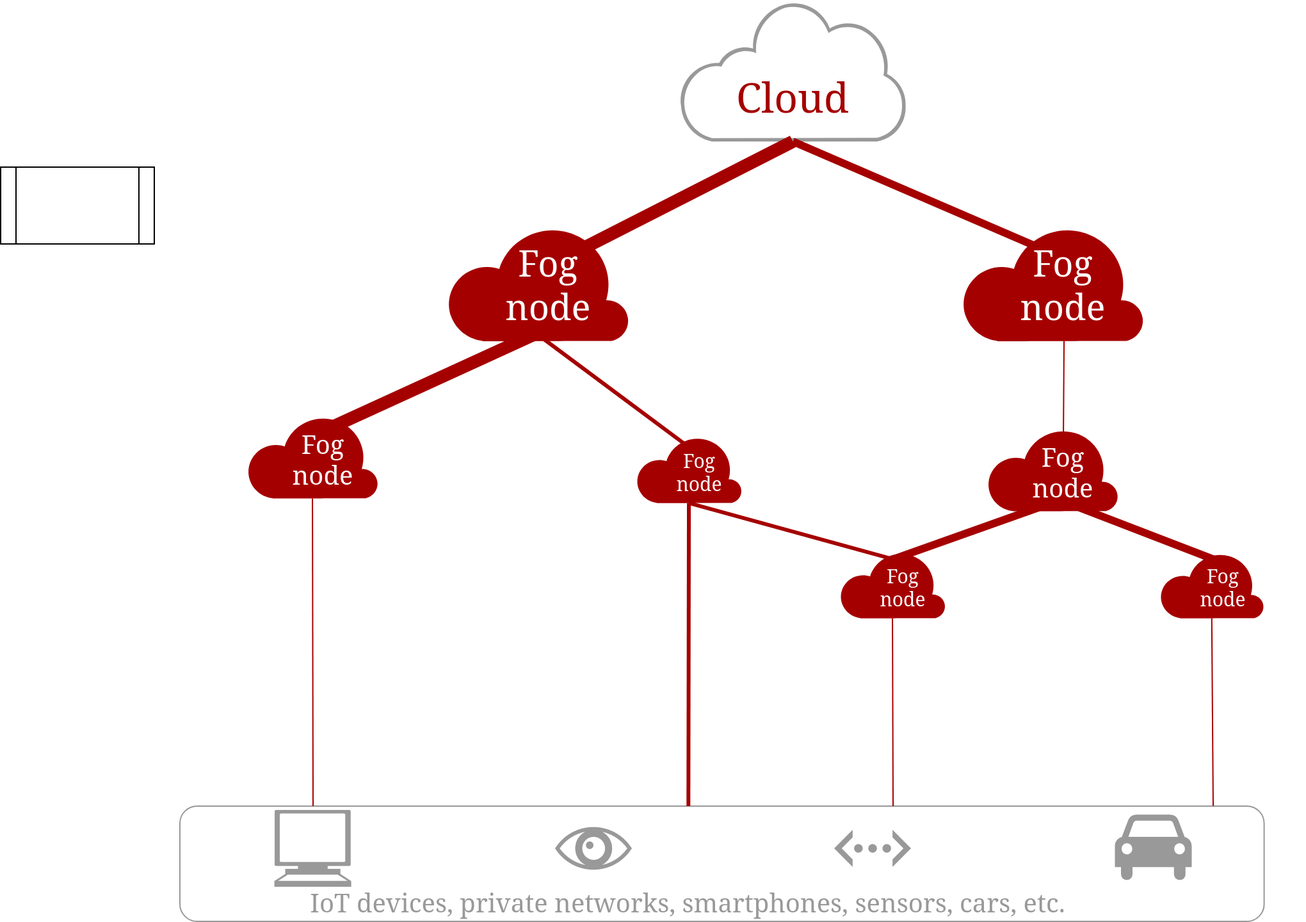
Earlier version of the draw.io export assets/OurPlacement.drawio.png (VolodiaPG/rapport_fog_faas). Source tidied: cells renumbered, new cells last; positions are measured from the earlier drawing's top-left corner, leaving out a move shared by most shapes.
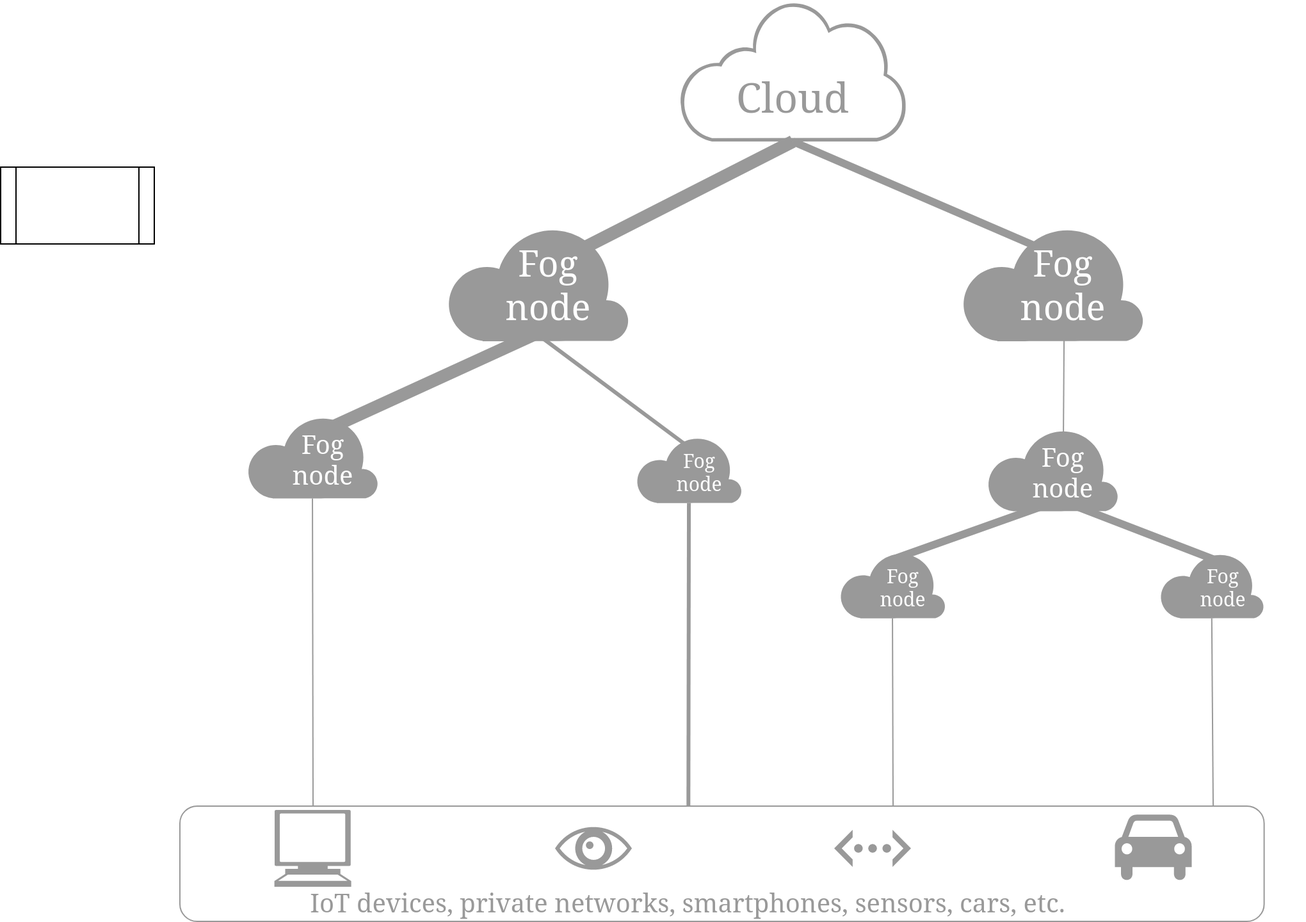
The same file after the commit.

Commit message:
Change colors to gray

Change to the diagram source:
```diff
@@ -10,3 +10,3 @@
     </mxCell>
-    <mxCell id="4" value="&lt;font style=&quot;font-size: 32px;&quot; color=&quot;#A50000&quot;&gt;Cloud&lt;/font&gt;" style="text;html=1;align=center;verticalAlign=middle;whiteSpace=wrap;rounded=0;fontColor=#FFFFFF;fontFamily=Computer mordern Serif;fontSource=https%3A%2F%2Fgithub.com%2Fspratt%2FComputer-Modern%2Fblob%2Fgh-pages%2Fcmunss.otf;fontSize=32;" parent="2" vertex="1">
+    <mxCell id="4" value="&lt;font style=&quot;font-size: 32px;&quot; color=&quot;#999999&quot;&gt;Cloud&lt;/font&gt;" style="text;html=1;align=center;verticalAlign=middle;whiteSpace=wrap;rounded=0;fontColor=#FFFFFF;fontFamily=Computer mordern Serif;fontSource=https%3A%2F%2Fgithub.com%2Fspratt%2FComputer-Modern%2Fblob%2Fgh-pages%2Fcmunss.otf;fontSize=32;" parent="2" vertex="1">
       <mxGeometry x="58.7" y="60" width="60" height="30" as="geometry" />
@@ -61,3 +61,3 @@
     </mxCell>
-    <mxCell id="17" style="edgeStyle=none;orthogonalLoop=1;jettySize=auto;html=1;exitX=0.5;exitY=1;exitDx=0;exitDy=0;entryX=0.5;entryY=0;entryDx=0;entryDy=0;fontFamily=Computer mordern Serif;fontSource=https%3A%2F%2Fgithub.com%2Fspratt%2FComputer-Modern%2Fblob%2Fgh-pages%2Fcmunss.otf;fontSize=10;fontColor=#4C0099;startArrow=none;startFill=0;endArrow=none;endFill=0;strokeColor=#A50000;strokeWidth=10;" parent="1" edge="1">
+    <mxCell id="17" style="edgeStyle=none;orthogonalLoop=1;jettySize=auto;html=1;exitX=0.5;exitY=1;exitDx=0;exitDy=0;entryX=0.5;entryY=0;entryDx=0;entryDy=0;fontFamily=Computer mordern Serif;fontSource=https%3A%2F%2Fgithub.com%2Fspratt%2FComputer-Modern%2Fblob%2Fgh-pages%2Fcmunss.otf;fontSize=10;fontColor=#4C0099;startArrow=none;startFill=0;endArrow=none;endFill=0;strokeColor=#999999;strokeWidth=10;" parent="1" edge="1">
       <mxGeometry relative="1" as="geometry">
@@ -67,3 +67,3 @@
     </mxCell>
-    <mxCell id="18" style="edgeStyle=none;orthogonalLoop=1;jettySize=auto;html=1;exitX=0.5;exitY=1;exitDx=0;exitDy=0;entryX=0.5;entryY=0;entryDx=0;entryDy=0;fontFamily=Computer mordern Serif;fontSource=https%3A%2F%2Fgithub.com%2Fspratt%2FComputer-Modern%2Fblob%2Fgh-pages%2Fcmunss.otf;fontSize=10;fontColor=#4C0099;startArrow=none;startFill=0;endArrow=none;endFill=0;strokeColor=#A50000;strokeWidth=3;" parent="1" edge="1">
+    <mxCell id="18" style="edgeStyle=none;orthogonalLoop=1;jettySize=auto;html=1;exitX=0.5;exitY=1;exitDx=0;exitDy=0;entryX=0.5;entryY=0;entryDx=0;entryDy=0;fontFamily=Computer mordern Serif;fontSource=https%3A%2F%2Fgithub.com%2Fspratt%2FComputer-Modern%2Fblob%2Fgh-pages%2Fcmunss.otf;fontSize=10;fontColor=#4C0099;startArrow=none;startFill=0;endArrow=none;endFill=0;strokeColor=#999999;strokeWidth=3;" parent="1" edge="1">
       <mxGeometry relative="1" as="geometry">
@@ -73,3 +73,3 @@
     </mxCell>
-    <mxCell id="19" style="edgeStyle=none;orthogonalLoop=1;jettySize=auto;html=1;exitX=0.5;exitY=1;exitDx=0;exitDy=0;entryX=0.5;entryY=0;entryDx=0;entryDy=0;fontFamily=Computer mordern Serif;fontSource=https%3A%2F%2Fgithub.com%2Fspratt%2FComputer-Modern%2Fblob%2Fgh-pages%2Fcmunss.otf;fontSize=10;fontColor=#4C0099;startArrow=none;startFill=0;endArrow=none;endFill=0;strokeColor=#A50000;strokeWidth=1;" parent="1" edge="1">
+    <mxCell id="19" style="edgeStyle=none;orthogonalLoop=1;jettySize=auto;html=1;exitX=0.5;exitY=1;exitDx=0;exitDy=0;entryX=0.5;entryY=0;entryDx=0;entryDy=0;fontFamily=Computer mordern Serif;fontSource=https%3A%2F%2Fgithub.com%2Fspratt%2FComputer-Modern%2Fblob%2Fgh-pages%2Fcmunss.otf;fontSize=10;fontColor=#4C0099;startArrow=none;startFill=0;endArrow=none;endFill=0;strokeColor=#999999;strokeWidth=1;" parent="1" edge="1">
       <mxGeometry relative="1" as="geometry">
@@ -79,6 +79,6 @@
     </mxCell>
-    <mxCell id="20" style="edgeStyle=none;jettySize=auto;html=1;exitX=0.5;exitY=1;exitDx=0;exitDy=0;exitPerimeter=0;entryX=0.5;entryY=0;entryDx=0;entryDy=0;fontFamily=Computer mordern Serif;fontSource=https%3A%2F%2Fgithub.com%2Fspratt%2FComputer-Modern%2Fblob%2Fgh-pages%2Fcmunss.otf;fontSize=10;fontColor=#4C0099;startArrow=none;startFill=0;endArrow=none;endFill=0;strokeColor=#A50000;strokeWidth=10;" parent="1" edge="1" source="3" target="31">
+    <mxCell id="20" style="edgeStyle=none;jettySize=auto;html=1;exitX=0.5;exitY=1;exitDx=0;exitDy=0;exitPerimeter=0;entryX=0.5;entryY=0;entryDx=0;entryDy=0;fontFamily=Computer mordern Serif;fontSource=https%3A%2F%2Fgithub.com%2Fspratt%2FComputer-Modern%2Fblob%2Fgh-pages%2Fcmunss.otf;fontSize=10;fontColor=#4C0099;startArrow=none;startFill=0;endArrow=none;endFill=0;strokeColor=#999999;strokeWidth=10;" parent="1" edge="1" source="3" target="31">
       <mxGeometry relative="1" as="geometry" />
     </mxCell>
-    <mxCell id="21" style="edgeStyle=none;jettySize=auto;html=1;exitX=0.5;exitY=1;exitDx=0;exitDy=0;exitPerimeter=0;entryX=0.5;entryY=0;entryDx=0;entryDy=0;fontFamily=Computer mordern Serif;fontSource=https%3A%2F%2Fgithub.com%2Fspratt%2FComputer-Modern%2Fblob%2Fgh-pages%2Fcmunss.otf;fontSize=10;fontColor=#4C0099;startArrow=none;startFill=0;endArrow=none;endFill=0;strokeColor=#A50000;strokeWidth=6;" parent="1" edge="1" source="3">
+    <mxCell id="21" style="edgeStyle=none;jettySize=auto;html=1;exitX=0.5;exitY=1;exitDx=0;exitDy=0;exitPerimeter=0;entryX=0.5;entryY=0;entryDx=0;entryDy=0;fontFamily=Computer mordern Serif;fontSource=https%3A%2F%2Fgithub.com%2Fspratt%2FComputer-Modern%2Fblob%2Fgh-pages%2Fcmunss.otf;fontSize=10;fontColor=#4C0099;startArrow=none;startFill=0;endArrow=none;endFill=0;strokeColor=#999999;strokeWidth=6;" parent="1" edge="1" source="3">
       <mxGeometry relative="1" as="geometry">
@@ -87,3 +87,3 @@
     </mxCell>
-    <mxCell id="22" style="edgeStyle=none;orthogonalLoop=1;jettySize=auto;html=1;exitX=0.5;exitY=1;exitDx=0;exitDy=0;entryX=0.5;entryY=0;entryDx=0;entryDy=0;fontFamily=Computer mordern Serif;fontSource=https%3A%2F%2Fgithub.com%2Fspratt%2FComputer-Modern%2Fblob%2Fgh-pages%2Fcmunss.otf;fontSize=10;fontColor=#4C0099;startArrow=none;startFill=0;endArrow=none;endFill=0;strokeColor=#A50000;strokeWidth=6;" parent="1" edge="1">
+    <mxCell id="22" style="edgeStyle=none;orthogonalLoop=1;jettySize=auto;html=1;exitX=0.5;exitY=1;exitDx=0;exitDy=0;entryX=0.5;entryY=0;entryDx=0;entryDy=0;fontFamily=Computer mordern Serif;fontSource=https%3A%2F%2Fgithub.com%2Fspratt%2FComputer-Modern%2Fblob%2Fgh-pages%2Fcmunss.otf;fontSize=10;fontColor=#4C0099;startArrow=none;startFill=0;endArrow=none;endFill=0;strokeColor=#999999;strokeWidth=6;" parent="1" edge="1">
       <mxGeometry relative="1" as="geometry">
@@ -93,3 +93,3 @@
     </mxCell>
-    <mxCell id="23" style="edgeStyle=none;orthogonalLoop=1;jettySize=auto;html=1;exitX=0.5;exitY=1;exitDx=0;exitDy=0;entryX=0.5;entryY=0;entryDx=0;entryDy=0;fontFamily=Computer mordern Serif;fontSource=https%3A%2F%2Fgithub.com%2Fspratt%2FComputer-Modern%2Fblob%2Fgh-pages%2Fcmunss.otf;fontSize=10;fontColor=#4C0099;startArrow=none;startFill=0;endArrow=none;endFill=0;strokeColor=#A50000;strokeWidth=6;" parent="1" edge="1">
+    <mxCell id="23" style="edgeStyle=none;orthogonalLoop=1;jettySize=auto;html=1;exitX=0.5;exitY=1;exitDx=0;exitDy=0;entryX=0.5;entryY=0;entryDx=0;entryDy=0;fontFamily=Computer mordern Serif;fontSource=https%3A%2F%2Fgithub.com%2Fspratt%2FComputer-Modern%2Fblob%2Fgh-pages%2Fcmunss.otf;fontSize=10;fontColor=#4C0099;startArrow=none;startFill=0;endArrow=none;endFill=0;strokeColor=#999999;strokeWidth=6;" parent="1" edge="1">
       <mxGeometry relative="1" as="geometry">
@@ -99,11 +99,6 @@
     </mxCell>
-    <mxCell id="24" style="edgeStyle=none;jettySize=auto;html=1;exitX=0.5;exitY=0;exitDx=0;exitDy=0;entryX=0.5;entryY=1;entryDx=0;entryDy=0;fontFamily=Computer mordern Serif;fontSource=https%3A%2F%2Fgithub.com%2Fspratt%2FComputer-Modern%2Fblob%2Fgh-pages%2Fcmunss.otf;fontSize=10;fontColor=#4C0099;startArrow=none;startFill=0;endArrow=none;endFill=0;strokeColor=#A50000;strokeWidth=3;entryPerimeter=0;" parent="1" edge="1" target="39">
-      <mxGeometry relative="1" as="geometry">
-        <mxPoint x="697.1" y="436.2" as="sourcePoint" />
-      </mxGeometry>
-    </mxCell>
-    <mxCell id="25" style="edgeStyle=none;jettySize=auto;html=1;exitX=0.5;exitY=1;exitDx=0;exitDy=0;entryX=0.469;entryY=0;entryDx=0;entryDy=0;entryPerimeter=0;fontFamily=Computer mordern Serif;fontSource=https%3A%2F%2Fgithub.com%2Fspratt%2FComputer-Modern%2Fblob%2Fgh-pages%2Fcmunss.otf;fontSize=10;fontColor=#4C0099;startArrow=none;startFill=0;endArrow=none;endFill=0;strokeColor=#A50000;strokeWidth=3;exitPerimeter=0;" parent="1" edge="1" source="39" target="11">
+    <mxCell id="25" style="edgeStyle=none;jettySize=auto;html=1;exitX=0.5;exitY=1;exitDx=0;exitDy=0;entryX=0.469;entryY=0;entryDx=0;entryDy=0;entryPerimeter=0;fontFamily=Computer mordern Serif;fontSource=https%3A%2F%2Fgithub.com%2Fspratt%2FComputer-Modern%2Fblob%2Fgh-pages%2Fcmunss.otf;fontSize=10;fontColor=#4C0099;startArrow=none;startFill=0;endArrow=none;endFill=0;strokeColor=#999999;strokeWidth=3;exitPerimeter=0;" parent="1" edge="1" source="39" target="11">
       <mxGeometry relative="1" as="geometry" />
     </mxCell>
-    <mxCell id="26" style="edgeStyle=none;jettySize=auto;html=1;exitX=0.5;exitY=1;exitDx=0;exitDy=0;fontFamily=Computer mordern Serif;fontSource=https%3A%2F%2Fgithub.com%2Fspratt%2FComputer-Modern%2Fblob%2Fgh-pages%2Fcmunss.otf;fontSize=10;fontColor=#4C0099;startArrow=none;startFill=0;endArrow=none;endFill=0;strokeColor=#A50000;strokeWidth=1;exitPerimeter=0;" parent="1" edge="1" source="36">
+    <mxCell id="26" style="edgeStyle=none;jettySize=auto;html=1;exitX=0.5;exitY=1;exitDx=0;exitDy=0;fontFamily=Computer mordern Serif;fontSource=https%3A%2F%2Fgithub.com%2Fspratt%2FComputer-Modern%2Fblob%2Fgh-pages%2Fcmunss.otf;fontSize=10;fontColor=#4C0099;startArrow=none;startFill=0;endArrow=none;endFill=0;strokeColor=#999999;strokeWidth=1;exitPerimeter=0;" parent="1" edge="1" source="36">
       <mxGeometry relative="1" as="geometry">
@@ -112,3 +107,3 @@
     </mxCell>
-    <mxCell id="27" style="edgeStyle=none;jettySize=auto;html=1;exitX=0.5;exitY=1;exitDx=0;exitDy=0;fontFamily=Computer mordern Serif;fontSource=https%3A%2F%2Fgithub.com%2Fspratt%2FComputer-Modern%2Fblob%2Fgh-pages%2Fcmunss.otf;fontSize=10;fontColor=#4C0099;startArrow=none;startFill=0;endArrow=none;endFill=0;strokeColor=#A50000;strokeWidth=1;exitPerimeter=0;" parent="1" edge="1" source="45">
+    <mxCell id="27" style="edgeStyle=none;jettySize=auto;html=1;exitX=0.5;exitY=1;exitDx=0;exitDy=0;fontFamily=Computer mordern Serif;fontSource=https%3A%2F%2Fgithub.com%2Fspratt%2FComputer-Modern%2Fblob%2Fgh-pages%2Fcmunss.otf;fontSize=10;fontColor=#4C0099;startArrow=none;startFill=0;endArrow=none;endFill=0;strokeColor=#999999;strokeWidth=1;exitPerimeter=0;" parent="1" edge="1" source="45">
       <mxGeometry relative="1" as="geometry">
@@ -117,3 +112,3 @@
     </mxCell>
-    <mxCell id="28" style="edgeStyle=none;jettySize=auto;html=1;exitX=0.5;exitY=1;exitDx=0;exitDy=0;fontFamily=Computer mordern Serif;fontSource=https%3A%2F%2Fgithub.com%2Fspratt%2FComputer-Modern%2Fblob%2Fgh-pages%2Fcmunss.otf;fontSize=10;fontColor=#4C0099;startArrow=none;startFill=0;endArrow=none;endFill=0;strokeColor=#A50000;strokeWidth=1;entryX=0.953;entryY=-0.001;entryDx=0;entryDy=0;entryPerimeter=0;exitPerimeter=0;" parent="1" edge="1" source="48" target="11">
+    <mxCell id="28" style="edgeStyle=none;jettySize=auto;html=1;exitX=0.5;exitY=1;exitDx=0;exitDy=0;fontFamily=Computer mordern Serif;fontSource=https%3A%2F%2Fgithub.com%2Fspratt%2FComputer-Modern%2Fblob%2Fgh-pages%2Fcmunss.otf;fontSize=10;fontColor=#4C0099;startArrow=none;startFill=0;endArrow=none;endFill=0;strokeColor=#999999;strokeWidth=1;entryX=0.953;entryY=-0.001;entryDx=0;entryDy=0;entryPerimeter=0;exitPerimeter=0;" parent="1" edge="1" source="48" target="11">
       <mxGeometry relative="1" as="geometry" />
@@ -123,3 +118,3 @@
     </mxCell>
-    <mxCell id="30" style="sketch=0;shadow=0;dashed=0;html=1;strokeColor=none;labelPosition=center;verticalLabelPosition=bottom;verticalAlign=top;align=center;fillColor=#A50000;shape=mxgraph.azure.cloud;" parent="29" vertex="1">
+    <mxCell id="30" style="sketch=0;shadow=0;dashed=0;html=1;strokeColor=none;labelPosition=center;verticalLabelPosition=bottom;verticalAlign=top;align=center;fillColor=#999999;shape=mxgraph.azure.cloud;" parent="29" vertex="1">
       <mxGeometry width="143" height="91.5" as="geometry" />
@@ -132,3 +127,3 @@
     </mxCell>
-    <mxCell id="33" style="sketch=0;shadow=0;dashed=0;html=1;strokeColor=none;labelPosition=center;verticalLabelPosition=bottom;verticalAlign=top;align=center;fillColor=#A50000;shape=mxgraph.azure.cloud;" parent="32" vertex="1">
+    <mxCell id="33" style="sketch=0;shadow=0;dashed=0;html=1;strokeColor=none;labelPosition=center;verticalLabelPosition=bottom;verticalAlign=top;align=center;fillColor=#999999;shape=mxgraph.azure.cloud;" parent="32" vertex="1">
       <mxGeometry width="143" height="91.5" as="geometry" />
@@ -141,3 +136,3 @@
     </mxCell>
-    <mxCell id="36" style="sketch=0;shadow=0;dashed=0;html=1;strokeColor=none;labelPosition=center;verticalLabelPosition=bottom;verticalAlign=top;align=center;fillColor=#A50000;shape=mxgraph.azure.cloud;" parent="35" vertex="1">
+    <mxCell id="36" style="sketch=0;shadow=0;dashed=0;html=1;strokeColor=none;labelPosition=center;verticalLabelPosition=bottom;verticalAlign=top;align=center;fillColor=#999999;shape=mxgraph.azure.cloud;" parent="35" vertex="1">
       <mxGeometry x="20" y="12.8" width="103" height="66" as="geometry" />
@@ -150,3 +145,3 @@
     </mxCell>
-    <mxCell id="39" style="sketch=0;shadow=0;dashed=0;html=1;strokeColor=none;labelPosition=center;verticalLabelPosition=bottom;verticalAlign=top;align=center;fillColor=#A50000;shape=mxgraph.azure.cloud;" parent="38" vertex="1">
+    <mxCell id="39" style="sketch=0;shadow=0;dashed=0;html=1;strokeColor=none;labelPosition=center;verticalLabelPosition=bottom;verticalAlign=top;align=center;fillColor=#999999;shape=mxgraph.azure.cloud;" parent="38" vertex="1">
       <mxGeometry x="30" y="19.2" width="83" height="53.1" as="geometry" />
@@ -159,3 +154,3 @@
     </mxCell>
-    <mxCell id="42" style="sketch=0;shadow=0;dashed=0;html=1;strokeColor=none;labelPosition=center;verticalLabelPosition=bottom;verticalAlign=top;align=center;fillColor=#A50000;shape=mxgraph.azure.cloud;" parent="41" vertex="1">
+    <mxCell id="42" style="sketch=0;shadow=0;dashed=0;html=1;strokeColor=none;labelPosition=center;verticalLabelPosition=bottom;verticalAlign=top;align=center;fillColor=#999999;shape=mxgraph.azure.cloud;" parent="41" vertex="1">
       <mxGeometry x="20" y="12.8" width="103" height="66" as="geometry" />
@@ -168,3 +163,3 @@
     </mxCell>
-    <mxCell id="45" style="sketch=0;shadow=0;dashed=0;html=1;strokeColor=none;labelPosition=center;verticalLabelPosition=bottom;verticalAlign=top;align=center;fillColor=#A50000;shape=mxgraph.azure.cloud;" parent="44" vertex="1">
+    <mxCell id="45" style="sketch=0;shadow=0;dashed=0;html=1;strokeColor=none;labelPosition=center;verticalLabelPosition=bottom;verticalAlign=top;align=center;fillColor=#999999;shape=mxgraph.azure.cloud;" parent="44" vertex="1">
       <mxGeometry x="30" y="19.2" width="83" height="53.1" as="geometry" />
@@ -177,3 +172,3 @@
     </mxCell>
-    <mxCell id="48" style="sketch=0;shadow=0;dashed=0;html=1;strokeColor=none;labelPosition=center;verticalLabelPosition=bottom;verticalAlign=top;align=center;fillColor=#A50000;shape=mxgraph.azure.cloud;" parent="47" vertex="1">
+    <mxCell id="48" style="sketch=0;shadow=0;dashed=0;html=1;strokeColor=none;labelPosition=center;verticalLabelPosition=bottom;verticalAlign=top;align=center;fillColor=#999999;shape=mxgraph.azure.cloud;" parent="47" vertex="1">
       <mxGeometry x="30" y="20" width="81.8" height="52.4" as="geometry" />
```
